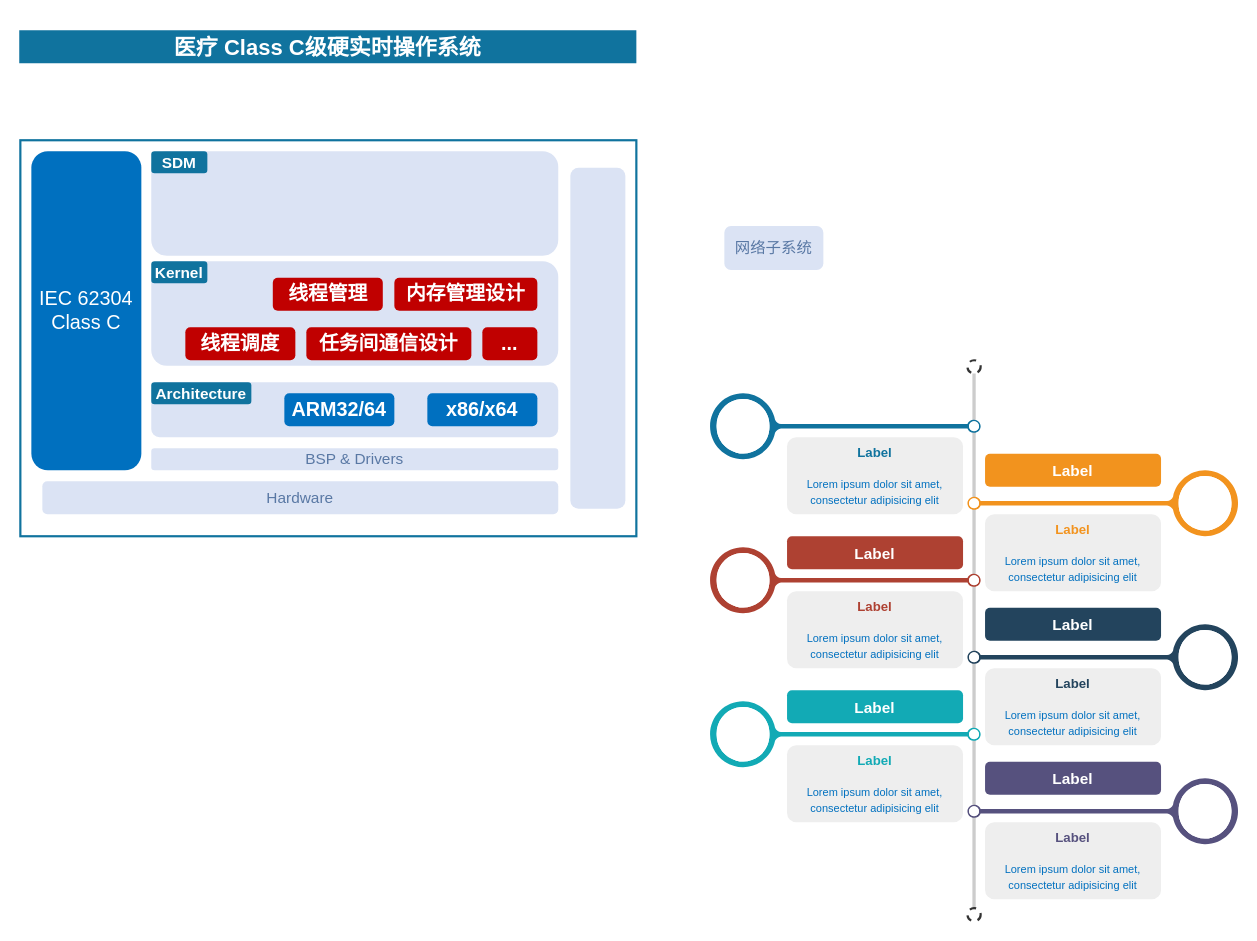
Above: page "总体架构" (2 of 2) of draw/Untitled Diagram.drawio in peng-fan/drawio (draw.io), before the change. Source tidied: cells renumbered, new cells numbered last; positions are measured from the earlier drawing's top-left corner, leaving out a move shared by most shapes. Both pictures are drawn from the tidied source at 110%, with x=0, y=0 at pixel (19, 30).
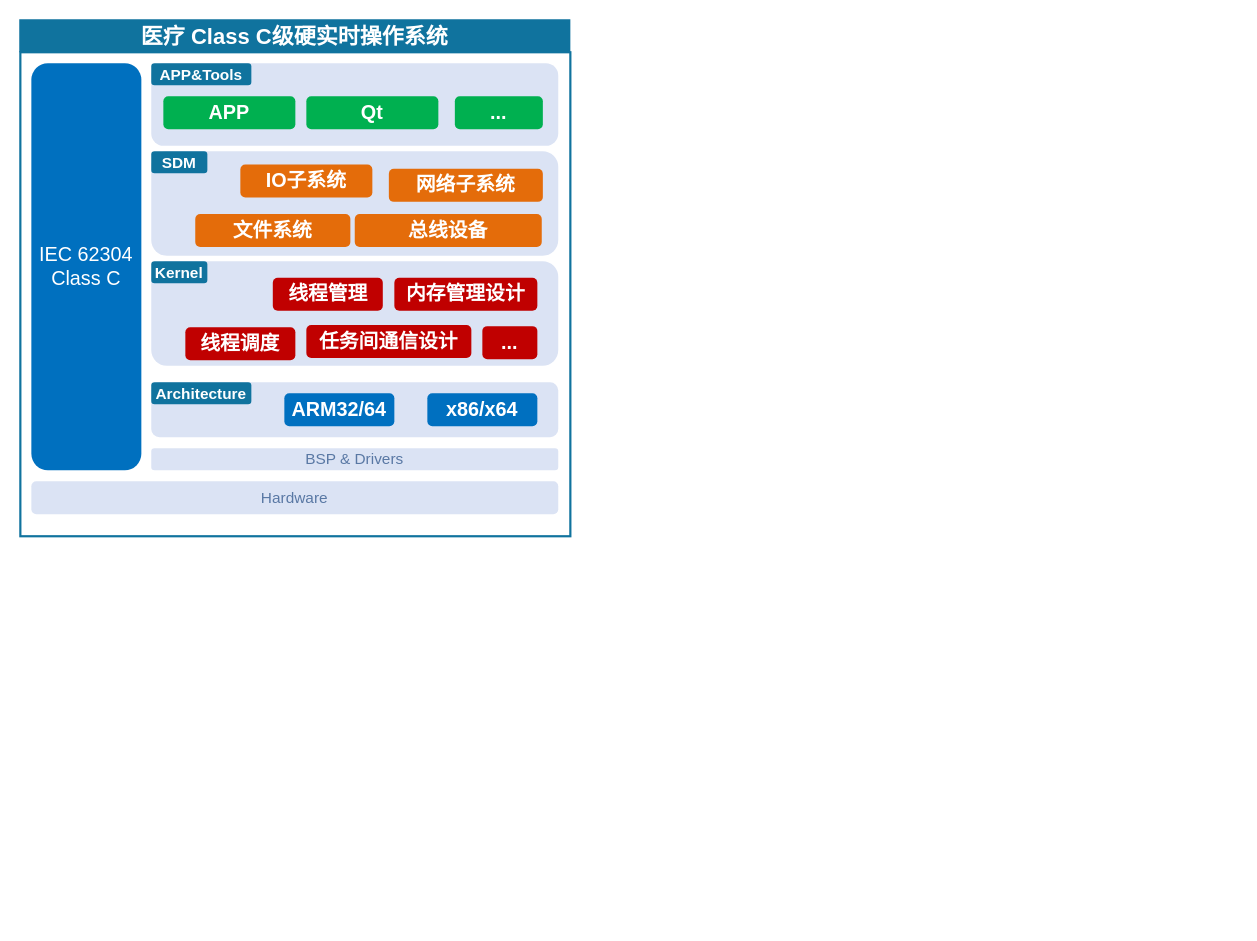
The same page after the edit.

Change to the diagram source:
```diff
@@
     <mxCell id="2" style="rounded=0;whiteSpace=wrap;html=1;fontSize=14;fontColor=#FFFFFF;strokeColor=#10739E;strokeWidth=2;" parent="1" vertex="1">
-      <mxGeometry x="1" y="100" width="560" height="360" as="geometry" />
+      <mxGeometry x="1" y="20" width="500" height="440" as="geometry" />
     </mxCell>
     <mxCell id="3" value="&lt;font color=&quot;#ffffff&quot; size=&quot;1&quot;&gt;&lt;b style=&quot;font-size: 20px&quot;&gt;医疗 Class C级硬实时操作系统&lt;/b&gt;&lt;/font&gt;" style="rounded=0;whiteSpace=wrap;html=1;fontSize=14;fontColor=#000000;fillColor=#10739E;strokeColor=none;" parent="1" vertex="1">
-      <mxGeometry width="561" height="30" as="geometry" />
+      <mxGeometry y="-10" width="501" height="30" as="geometry" />
     </mxCell>
     <mxCell id="4" value="&lt;font color=&quot;#ffffff&quot; style=&quot;font-size: 18px&quot;&gt;IEC 62304 Class C&lt;/font&gt;" style="rounded=1;whiteSpace=wrap;html=1;dashed=1;fontSize=14;strokeColor=none;fillColor=#0070BF;" parent="1" vertex="1">
-      <mxGeometry x="11" y="110" width="100" height="290" as="geometry" />
+      <mxGeometry x="11" y="30" width="100" height="370" as="geometry" />
     </mxCell>
-    <mxCell id="5" value="&lt;font color=&quot;#5978a4&quot;&gt;网络子系统&lt;/font&gt;" style="rounded=1;whiteSpace=wrap;html=1;dashed=1;fontSize=14;strokeColor=none;fillColor=#DBE3F4;" parent="1" vertex="1">
-      <mxGeometry x="641" y="178" width="90" height="40" as="geometry" />
-    </mxCell>
-    <mxCell id="6" style="rounded=1;whiteSpace=wrap;html=1;dashed=1;fontSize=14;strokeColor=none;fillColor=#DBE3F4;" parent="1" vertex="1">
-      <mxGeometry x="501" y="125" width="50" height="310" as="geometry" />
-    </mxCell>
     <mxCell id="7" value="&lt;font color=&quot;#5978a4&quot;&gt;Hardware&lt;/font&gt;" style="rounded=1;whiteSpace=wrap;html=1;dashed=1;fontSize=14;strokeColor=none;fillColor=#DBE3F4;" parent="1" vertex="1">
-      <mxGeometry x="21" y="410" width="469" height="30" as="geometry" />
+      <mxGeometry x="11" y="410" width="479" height="30" as="geometry" />
     </mxCell>
@@
-    <mxCell id="10" style="endArrow=none;html=1;strokeWidth=3;strokeColor=#CCCCCC;labelBackgroundColor=none;fontSize=16;rounded=0;fontColor=#0070BF;" parent="1" edge="1" source="11" target="12">
-      <mxGeometry relative="1" as="geometry" />
-    </mxCell>
-    <mxCell id="11" style="ellipse;whiteSpace=wrap;html=1;shadow=0;fillColor=none;strokeColor=#333333;fontSize=16;align=center;strokeWidth=2;dashed=1;fontColor=#0070BF;" parent="1" vertex="1">
-      <mxGeometry x="862" y="300" width="12" height="12" as="geometry" />
-    </mxCell>
-    <mxCell id="12" style="ellipse;whiteSpace=wrap;html=1;shadow=0;fillColor=none;strokeColor=#333333;fontSize=16;align=center;strokeWidth=2;dashed=1;fontColor=#0070BF;" parent="1" vertex="1">
-      <mxGeometry x="862" y="798" width="12" height="12" as="geometry" />
-    </mxCell>
-    <mxCell id="13" style="verticalLabelPosition=middle;verticalAlign=middle;html=1;shape=mxgraph.infographic.circularCallout2;dy=15;strokeColor=#10739E;labelPosition=center;align=center;fontColor=#10739E;fontStyle=1;fontSize=24;shadow=0;direction=north;dashed=1;fillColor=default;" parent="1" vertex="1">
-      <mxGeometry x="628" y="330" width="246" height="60" as="geometry" />
-    </mxCell>
-    <mxCell id="14" style="verticalLabelPosition=middle;verticalAlign=middle;html=1;shape=mxgraph.infographic.circularCallout2;dy=15;strokeColor=#F2931E;labelPosition=center;align=center;fontColor=#F2931E;fontStyle=1;fontSize=24;shadow=0;direction=north;flipH=1;dashed=1;fillColor=default;" parent="1" vertex="1">
-      <mxGeometry x="862" y="400" width="246" height="60" as="geometry" />
-    </mxCell>
-    <mxCell id="15" style="verticalLabelPosition=middle;verticalAlign=middle;html=1;shape=mxgraph.infographic.circularCallout2;dy=15;strokeColor=#AE4132;labelPosition=center;align=center;fontColor=#10739E;fontStyle=1;fontSize=24;shadow=0;direction=north;dashed=1;fillColor=default;" parent="1" vertex="1">
-      <mxGeometry x="628" y="470" width="246" height="60" as="geometry" />
-    </mxCell>
-    <mxCell id="16" style="verticalLabelPosition=middle;verticalAlign=middle;html=1;shape=mxgraph.infographic.circularCallout2;dy=15;strokeColor=#23445D;labelPosition=center;align=center;fontColor=#10739E;fontStyle=1;fontSize=24;shadow=0;direction=north;flipH=1;dashed=1;fillColor=default;" parent="1" vertex="1">
-      <mxGeometry x="862" y="540" width="246" height="60" as="geometry" />
-    </mxCell>
-    <mxCell id="17" style="verticalLabelPosition=middle;verticalAlign=middle;html=1;shape=mxgraph.infographic.circularCallout2;dy=15;strokeColor=#12AAB5;labelPosition=center;align=center;fontColor=#10739E;fontStyle=1;fontSize=24;shadow=0;direction=north;dashed=1;fillColor=default;" parent="1" vertex="1">
-      <mxGeometry x="628" y="610" width="246" height="60" as="geometry" />
-    </mxCell>
-    <mxCell id="18" style="verticalLabelPosition=middle;verticalAlign=middle;html=1;shape=mxgraph.infographic.circularCallout2;dy=15;strokeColor=#56517E;labelPosition=center;align=center;fontColor=#10739E;fontStyle=1;fontSize=24;shadow=0;direction=north;flipH=1;dashed=1;fillColor=default;" parent="1" vertex="1">
-      <mxGeometry x="862" y="680" width="246" height="60" as="geometry" />
-    </mxCell>
@@
-    <mxCell id="20" value="Label" style="fillColor=#F2931E;strokecolor=none;rounded=1;fontColor=#FFFFFF;strokeColor=none;fontStyle=1;fontSize=14;dashed=1;" parent="1" vertex="1">
-      <mxGeometry x="878" y="385" width="160" height="30" as="geometry" />
-    </mxCell>
-    <mxCell id="21" value="Label" style="fillColor=#AE4132;strokecolor=none;rounded=1;fontColor=#FFFFFF;strokeColor=none;fontStyle=1;fontSize=14;dashed=1;" parent="1" vertex="1">
-      <mxGeometry x="698" y="460" width="160" height="30" as="geometry" />
-    </mxCell>
-    <mxCell id="22" value="Label" style="fillColor=#23445D;strokecolor=none;rounded=1;fontColor=#FFFFFF;strokeColor=none;fontStyle=1;fontSize=14;dashed=1;" parent="1" vertex="1">
-      <mxGeometry x="878" y="525" width="160" height="30" as="geometry" />
-    </mxCell>
-    <mxCell id="23" value="Label" style="fillColor=#12AAB5;strokecolor=none;rounded=1;fontColor=#FFFFFF;strokeColor=none;fontStyle=1;fontSize=14;dashed=1;" parent="1" vertex="1">
-      <mxGeometry x="698" y="600" width="160" height="30" as="geometry" />
-    </mxCell>
-    <mxCell id="24" value="Label" style="fillColor=#56517E;strokecolor=none;rounded=1;fontColor=#FFFFFF;strokeColor=none;fontStyle=1;fontSize=14;dashed=1;" parent="1" vertex="1">
-      <mxGeometry x="878" y="665" width="160" height="30" as="geometry" />
-    </mxCell>
-    <mxCell id="25" value="&lt;font style=&quot;font-size: 10px&quot;&gt;&lt;font style=&quot;font-size: 12px&quot; color=&quot;#10739E&quot;&gt;&lt;b&gt;Label&lt;/b&gt;&lt;/font&gt;&lt;br&gt;&lt;br&gt;&lt;font size=&quot;1&quot;&gt;Lorem ipsum dolor sit amet, consectetur adipisicing elit&lt;/font&gt;&lt;/font&gt;" style="rounded=1;strokeColor=none;fillColor=#EEEEEE;align=center;arcSize=12;verticalAlign=top;whiteSpace=wrap;html=1;fontSize=12;dashed=1;fontColor=#0070BF;" parent="1" vertex="1">
-      <mxGeometry x="698" y="370" width="160" height="70" as="geometry" />
-    </mxCell>
-    <mxCell id="26" value="&lt;font style=&quot;font-size: 10px&quot;&gt;&lt;font style=&quot;font-size: 12px&quot; color=&quot;#F2931E&quot;&gt;&lt;b&gt;Label&lt;/b&gt;&lt;/font&gt;&lt;br&gt;&lt;br&gt;&lt;font size=&quot;1&quot;&gt;Lorem ipsum dolor sit amet, consectetur adipisicing elit&lt;/font&gt;&lt;/font&gt;" style="rounded=1;strokeColor=none;fillColor=#EEEEEE;align=center;arcSize=12;verticalAlign=top;whiteSpace=wrap;html=1;fontSize=12;dashed=1;fontColor=#0070BF;" parent="1" vertex="1">
-      <mxGeometry x="878" y="440" width="160" height="70" as="geometry" />
-    </mxCell>
-    <mxCell id="27" value="&lt;font style=&quot;font-size: 10px&quot;&gt;&lt;font style=&quot;font-size: 12px&quot; color=&quot;#AE4132&quot;&gt;&lt;b&gt;Label&lt;/b&gt;&lt;/font&gt;&lt;br&gt;&lt;br&gt;&lt;font size=&quot;1&quot;&gt;Lorem ipsum dolor sit amet, consectetur adipisicing elit&lt;/font&gt;&lt;/font&gt;" style="rounded=1;strokeColor=none;fillColor=#EEEEEE;align=center;arcSize=12;verticalAlign=top;whiteSpace=wrap;html=1;fontSize=12;dashed=1;fontColor=#0070BF;" parent="1" vertex="1">
-      <mxGeometry x="698" y="510" width="160" height="70" as="geometry" />
-    </mxCell>
-    <mxCell id="28" value="&lt;font style=&quot;font-size: 10px&quot;&gt;&lt;font style=&quot;font-size: 12px&quot; color=&quot;#23445D&quot;&gt;&lt;b&gt;Label&lt;/b&gt;&lt;/font&gt;&lt;br&gt;&lt;br&gt;&lt;font size=&quot;1&quot;&gt;Lorem ipsum dolor sit amet, consectetur adipisicing elit&lt;/font&gt;&lt;/font&gt;" style="rounded=1;strokeColor=none;fillColor=#EEEEEE;align=center;arcSize=12;verticalAlign=top;whiteSpace=wrap;html=1;fontSize=12;dashed=1;fontColor=#0070BF;" parent="1" vertex="1">
-      <mxGeometry x="878" y="580" width="160" height="70" as="geometry" />
-    </mxCell>
-    <mxCell id="29" value="&lt;font style=&quot;font-size: 10px&quot;&gt;&lt;font style=&quot;font-size: 12px&quot; color=&quot;#12AAB5&quot;&gt;&lt;b&gt;Label&lt;/b&gt;&lt;/font&gt;&lt;br&gt;&lt;br&gt;&lt;font size=&quot;1&quot;&gt;Lorem ipsum dolor sit amet, consectetur adipisicing elit&lt;/font&gt;&lt;/font&gt;" style="rounded=1;strokeColor=none;fillColor=#EEEEEE;align=center;arcSize=12;verticalAlign=top;whiteSpace=wrap;html=1;fontSize=12;dashed=1;fontColor=#0070BF;" parent="1" vertex="1">
-      <mxGeometry x="698" y="650" width="160" height="70" as="geometry" />
-    </mxCell>
-    <mxCell id="30" value="&lt;font style=&quot;font-size: 10px&quot;&gt;&lt;font style=&quot;font-size: 12px&quot; color=&quot;#56517E&quot;&gt;&lt;b&gt;Label&lt;/b&gt;&lt;/font&gt;&lt;br&gt;&lt;br&gt;&lt;font size=&quot;1&quot;&gt;Lorem ipsum dolor sit amet, consectetur adipisicing elit&lt;/font&gt;&lt;/font&gt;" style="rounded=1;strokeColor=none;fillColor=#EEEEEE;align=center;arcSize=12;verticalAlign=top;whiteSpace=wrap;html=1;fontSize=12;dashed=1;fontColor=#0070BF;" parent="1" vertex="1">
-      <mxGeometry x="878" y="720" width="160" height="70" as="geometry" />
-    </mxCell>
@@
     <mxCell id="37" value="&lt;font color=&quot;#ffffff&quot;&gt;&lt;span style=&quot;font-size: 18px&quot;&gt;&lt;b&gt;任务间通信设计&lt;/b&gt;&lt;/span&gt;&lt;/font&gt;" style="rounded=1;whiteSpace=wrap;html=1;dashed=1;fontSize=14;strokeColor=none;fillColor=#C00000;" parent="1" vertex="1">
-      <mxGeometry x="261" y="270" width="150" height="30" as="geometry" />
+      <mxGeometry x="261" y="268" width="150" height="30" as="geometry" />
     </mxCell>
@@
     <mxCell id="39" value="&lt;font color=&quot;#ffffff&quot;&gt;&lt;span style=&quot;font-size: 18px&quot;&gt;&lt;b&gt;...&lt;/b&gt;&lt;/span&gt;&lt;/font&gt;" style="rounded=1;whiteSpace=wrap;html=1;dashed=1;fontSize=14;strokeColor=none;fillColor=#C00000;" parent="1" vertex="1">
-      <mxGeometry x="421" y="270" width="50" height="30" as="geometry" />
+      <mxGeometry x="421" y="269" width="50" height="30" as="geometry" />
     </mxCell>
@@
+    <mxCell id="42" value="&lt;font color=&quot;#ffffff&quot;&gt;&lt;span style=&quot;font-size: 18px&quot;&gt;&lt;b&gt;文件系统&lt;/b&gt;&lt;/span&gt;&lt;/font&gt;" style="rounded=1;whiteSpace=wrap;html=1;dashed=1;fontSize=14;strokeColor=none;fillColor=#E46C0A;" parent="1" vertex="1">
+      <mxGeometry x="160" y="167" width="141" height="30" as="geometry" />
+    </mxCell>
+    <mxCell id="43" value="&lt;font color=&quot;#ffffff&quot;&gt;&lt;span style=&quot;font-size: 18px&quot;&gt;&lt;b&gt;总线设备&lt;/b&gt;&lt;/span&gt;&lt;/font&gt;" style="rounded=1;whiteSpace=wrap;html=1;dashed=1;fontSize=14;strokeColor=none;fillColor=#E46C0A;" parent="1" vertex="1">
+      <mxGeometry x="305" y="167" width="170" height="30" as="geometry" />
+    </mxCell>
+    <mxCell id="5" value="&lt;font color=&quot;#ffffff&quot;&gt;&lt;span style=&quot;font-size: 18px&quot;&gt;&lt;b&gt;网络子系统&lt;/b&gt;&lt;/span&gt;&lt;/font&gt;" style="rounded=1;whiteSpace=wrap;html=1;dashed=1;fontSize=14;strokeColor=none;fillColor=#E46C0A;" parent="1" vertex="1">
+      <mxGeometry x="336" y="126" width="140" height="30" as="geometry" />
+    </mxCell>
+    <mxCell id="44" value="&lt;font color=&quot;#ffffff&quot;&gt;&lt;span style=&quot;font-size: 18px&quot;&gt;&lt;b&gt;IO子系统&lt;/b&gt;&lt;/span&gt;&lt;/font&gt;" style="rounded=1;whiteSpace=wrap;html=1;dashed=1;fontSize=14;strokeColor=none;fillColor=#E46C0A;" parent="1" vertex="1">
+      <mxGeometry x="201" y="122" width="120" height="30" as="geometry" />
+    </mxCell>
+    <mxCell id="45" style="rounded=1;whiteSpace=wrap;html=1;dashed=1;fontSize=14;strokeColor=none;fillColor=#DBE3F4;" parent="1" vertex="1">
+      <mxGeometry x="120" y="30" width="370" height="75" as="geometry" />
+    </mxCell>
+    <mxCell id="46" value="APP&amp;Tools" style="fillColor=#10739E;strokecolor=none;rounded=1;fontColor=#FFFFFF;strokeColor=none;fontStyle=1;fontSize=14;dashed=1;" parent="1" vertex="1">
+      <mxGeometry x="120" y="30" width="91" height="20" as="geometry" />
+    </mxCell>
+    <mxCell id="47" value="&lt;font color=&quot;#ffffff&quot;&gt;&lt;span style=&quot;font-size: 18px&quot;&gt;&lt;b&gt;APP&lt;/b&gt;&lt;/span&gt;&lt;/font&gt;" style="rounded=1;whiteSpace=wrap;html=1;dashed=1;fontSize=14;strokeColor=none;fillColor=#00B050;" parent="1" vertex="1">
+      <mxGeometry x="131" y="60" width="120" height="30" as="geometry" />
+    </mxCell>
+    <mxCell id="48" value="&lt;font color=&quot;#ffffff&quot;&gt;&lt;span style=&quot;font-size: 18px&quot;&gt;&lt;b&gt;Qt&lt;/b&gt;&lt;/span&gt;&lt;/font&gt;" style="rounded=1;whiteSpace=wrap;html=1;dashed=1;fontSize=14;strokeColor=none;fillColor=#00B050;" parent="1" vertex="1">
+      <mxGeometry x="261" y="60" width="120" height="30" as="geometry" />
+    </mxCell>
+    <mxCell id="49" value="&lt;font color=&quot;#ffffff&quot;&gt;&lt;span style=&quot;font-size: 18px&quot;&gt;&lt;b&gt;...&lt;/b&gt;&lt;/span&gt;&lt;/font&gt;" style="rounded=1;whiteSpace=wrap;html=1;dashed=1;fontSize=14;strokeColor=none;fillColor=#00B050;" parent="1" vertex="1">
+      <mxGeometry x="396" y="60" width="80" height="30" as="geometry" />
+    </mxCell>
```
